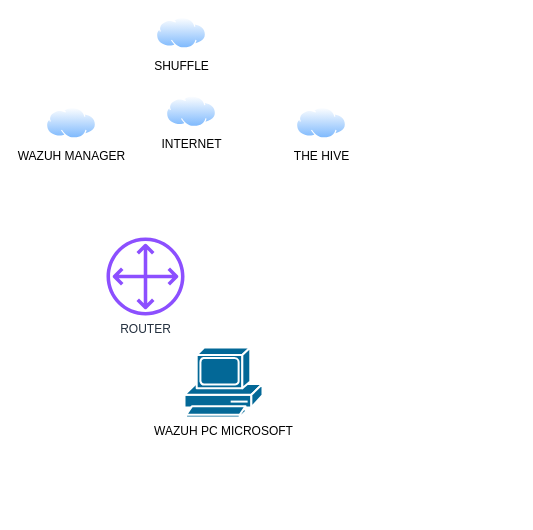
Earlier version of the draw.io diagram HOMELAB.drawio (Seniorcaptain/Detection-lab). Source tidied: cells renumbered, new cells numbered last; positions are measured from the earlier drawing's top-left corner, leaving out a move shared by most shapes. Both pictures are drawn from the tidied source at 100%, with x=0, y=0 at pixel (46, 17).
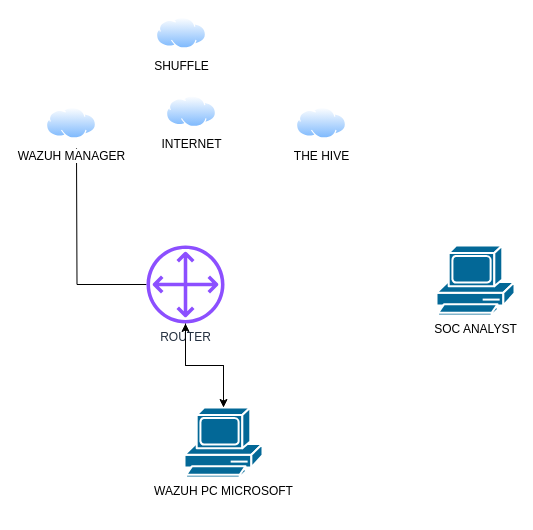
The same page after the edit.

What changed in the source:
```diff
@@
 <mxGraphModel>
   <root>
     <mxCell id="0" />
     <mxCell id="1" parent="0" />
+    <mxCell id="8" style="edgeStyle=orthogonalEdgeStyle;rounded=0;jettySize=auto;html=1;" parent="1" edge="1" source="2" target="3">
+      <mxGeometry relative="1" as="geometry" />
+    </mxCell>
     <mxCell id="2" value="WAZUH PC MICROSOFT&lt;div&gt;&lt;br&gt;&lt;/div&gt;" style="shape=mxgraph.cisco.computers_and_peripherals.pc;html=1;dashed=0;fillColor=#036897;strokeColor=#ffffff;strokeWidth=2;verticalLabelPosition=bottom;verticalAlign=top;align=center;outlineConnect=0;" parent="1" vertex="1">
-      <mxGeometry x="138" y="330" width="78" height="70" as="geometry" />
+      <mxGeometry x="138" y="390" width="78" height="70" as="geometry" />
     </mxCell>
+    <mxCell id="9" style="edgeStyle=orthogonalEdgeStyle;rounded=0;jettySize=auto;html=1;" parent="1" edge="1" source="3">
+      <mxGeometry relative="1" as="geometry">
+        <mxPoint x="30" y="130" as="targetPoint" />
+      </mxGeometry>
+    </mxCell>
     <mxCell id="3" value="ROUTER" style="sketch=0;outlineConnect=0;fontColor=#232F3E;gradientColor=none;fillColor=#8C4FFF;strokeColor=none;dashed=0;verticalLabelPosition=bottom;verticalAlign=top;align=center;html=1;fontSize=12;fontStyle=0;shape=mxgraph.aws4.customer_gateway;" parent="1" vertex="1">
-      <mxGeometry x="60" y="220" width="78" height="78" as="geometry" />
+      <mxGeometry x="100" y="228" width="78" height="78" as="geometry" />
     </mxCell>
     <mxCell id="4" value="WAZUH MANAGER" style="image;perimeter=ellipsePerimeter;html=1;align=center;shadow=0;dashed=0;spacingTop=3;image=img/lib/active_directory/internet_cloud.svg;" parent="1" vertex="1">
       <mxGeometry y="90" width="50" height="31.5" as="geometry" />
     </mxCell>
     <mxCell id="5" value="INTERNET" style="image;perimeter=ellipsePerimeter;html=1;align=center;shadow=0;dashed=0;spacingTop=3;image=img/lib/active_directory/internet_cloud.svg;" parent="1" vertex="1">
       <mxGeometry x="120" y="78.5" width="50" height="31.5" as="geometry" />
     </mxCell>
     <mxCell id="6" value="SHUFFLE" style="image;perimeter=ellipsePerimeter;html=1;align=center;shadow=0;dashed=0;spacingTop=3;image=img/lib/active_directory/internet_cloud.svg;" parent="1" vertex="1">
       <mxGeometry x="110" width="50" height="31.5" as="geometry" />
     </mxCell>
     <mxCell id="7" value="THE HIVE" style="image;perimeter=ellipsePerimeter;html=1;align=center;shadow=0;dashed=0;spacingTop=3;image=img/lib/active_directory/internet_cloud.svg;" parent="1" vertex="1">
       <mxGeometry x="250" y="90" width="50" height="31.5" as="geometry" />
     </mxCell>
+    <mxCell id="10" value="&lt;div&gt;SOC ANALYST&lt;/div&gt;" style="shape=mxgraph.cisco.computers_and_peripherals.pc;html=1;dashed=0;fillColor=#036897;strokeColor=#ffffff;strokeWidth=2;verticalLabelPosition=bottom;verticalAlign=top;align=center;" parent="1" vertex="1">
+      <mxGeometry x="390" y="228" width="78" height="70" as="geometry" />
+    </mxCell>
+    <mxCell id="11" style="edgeStyle=orthogonalEdgeStyle;rounded=0;jettySize=auto;html=1;entryX=0.5;entryY=0;entryDx=0;entryDy=0;entryPerimeter=0;" parent="1" edge="1" source="3" target="2">
+      <mxGeometry relative="1" as="geometry" />
+    </mxCell>
   </root>
 </mxGraphModel>
```
